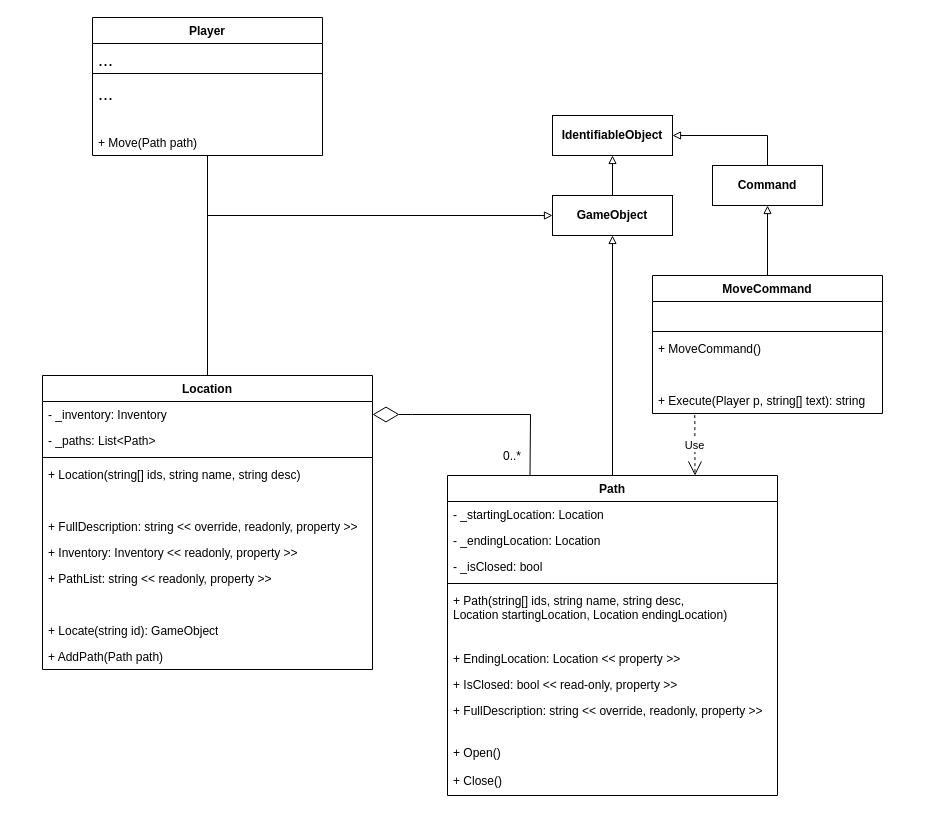
Earlier version of the draw.io diagram Portfolio/9.2C - Case Study - Iteration 7 - Paths📗/9.2C - UML Class Diagram for Path, MoveCommand and related objects.drawio (trungkiennguyen22082004/COS20007_Object_Oriented_Programming). Source tidied: cells renumbered, new cells numbered last; positions are measured from the earlier drawing's top-left corner, leaving out a move shared by most shapes. Both pictures are drawn from the tidied source at 100%, with x=0, y=0 at pixel (42, 17).
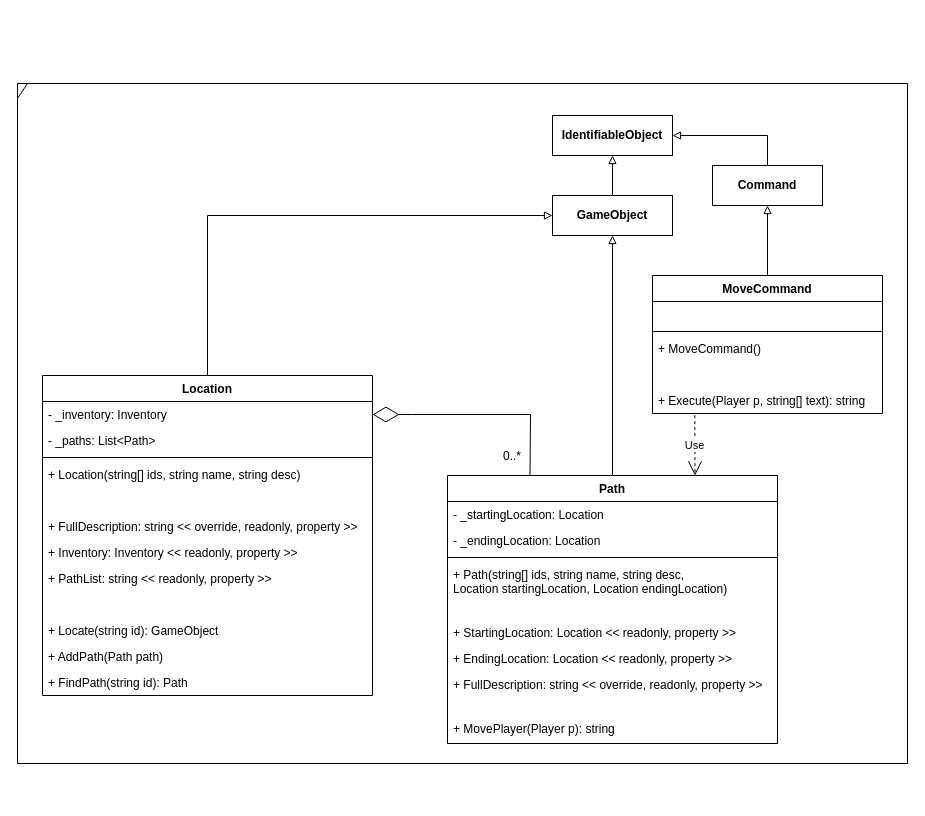
The same page after the edit.

The edit, as a diff of the source:
```diff
@@
     <mxCell id="3" value="Path" style="swimlane;fontStyle=1;align=center;verticalAlign=top;horizontal=1;startSize=26;whiteSpace=wrap;html=1;" parent="1" vertex="1">
-      <mxGeometry x="405" y="458" width="330" height="320" as="geometry" />
+      <mxGeometry x="405" y="458" width="330" height="268" as="geometry" />
     </mxCell>
@@
-    <mxCell id="6" value="- _isClosed: bool" style="text;strokeColor=none;fillColor=none;align=left;verticalAlign=top;spacingLeft=4;spacingRight=4;overflow=hidden;whiteSpace=wrap;html=1;" parent="3" vertex="1">
-      <mxGeometry y="78" width="330" height="26" as="geometry" />
-    </mxCell>
     <mxCell id="7" style="line;strokeWidth=1;fillColor=none;align=left;verticalAlign=middle;spacingTop=-1;spacingLeft=3;spacingRight=3;labelPosition=right;strokeColor=inherit;" parent="3" vertex="1">
-      <mxGeometry y="104" width="330" height="8" as="geometry" />
+      <mxGeometry y="78" width="330" height="8" as="geometry" />
     </mxCell>
     <mxCell id="8" value="+ Path(string[] ids, string name, string desc, &lt;br&gt;Location startingLocation, Location endingLocation)" style="text;strokeColor=none;fillColor=none;align=left;verticalAlign=top;spacingLeft=4;spacingRight=4;overflow=hidden;whiteSpace=wrap;html=1;" parent="3" vertex="1">
-      <mxGeometry y="112" width="330" height="38" as="geometry" />
+      <mxGeometry y="86" width="330" height="38" as="geometry" />
     </mxCell>
     <mxCell id="9" value="&amp;nbsp;" style="text;strokeColor=none;fillColor=none;align=left;verticalAlign=top;spacingLeft=4;spacingRight=4;overflow=hidden;whiteSpace=wrap;html=1;" parent="3" vertex="1">
-      <mxGeometry y="150" width="330" height="20" as="geometry" />
+      <mxGeometry y="124" width="330" height="20" as="geometry" />
     </mxCell>
-    <mxCell id="10" value="+ EndingLocation: Location &amp;lt;&amp;lt; property &amp;gt;&amp;gt;" style="text;strokeColor=none;fillColor=none;align=left;verticalAlign=top;spacingLeft=4;spacingRight=4;overflow=hidden;whiteSpace=wrap;html=1;" parent="3" vertex="1">
-      <mxGeometry y="170" width="330" height="26" as="geometry" />
+    <mxCell id="10" value="+ StartingLocation: Location &amp;lt;&amp;lt; readonly, property &amp;gt;&amp;gt;" style="text;strokeColor=none;fillColor=none;align=left;verticalAlign=top;spacingLeft=4;spacingRight=4;overflow=hidden;whiteSpace=wrap;html=1;" parent="3" vertex="1">
+      <mxGeometry y="144" width="330" height="26" as="geometry" />
     </mxCell>
-    <mxCell id="11" value="+ IsClosed: bool &amp;lt;&amp;lt; read-only, property &amp;gt;&amp;gt;" style="text;strokeColor=none;fillColor=none;align=left;verticalAlign=top;spacingLeft=4;spacingRight=4;overflow=hidden;whiteSpace=wrap;html=1;" parent="3" vertex="1">
-      <mxGeometry y="196" width="330" height="26" as="geometry" />
-    </mxCell>
+    <mxCell id="51" value="+ EndingLocation: Location &amp;lt;&amp;lt; readonly, property &amp;gt;&amp;gt;" style="text;strokeColor=none;fillColor=none;align=left;verticalAlign=top;spacingLeft=4;spacingRight=4;overflow=hidden;whiteSpace=wrap;html=1;" parent="3" vertex="1">
+      <mxGeometry y="170" width="330" height="26" as="geometry" />
+    </mxCell>
     <mxCell id="12" value="+ FullDescription: string &amp;lt;&amp;lt; override, readonly, property &amp;gt;&amp;gt;" style="text;strokeColor=none;fillColor=none;align=left;verticalAlign=top;spacingLeft=4;spacingRight=4;overflow=hidden;whiteSpace=wrap;html=1;" parent="3" vertex="1">
-      <mxGeometry y="222" width="330" height="28" as="geometry" />
+      <mxGeometry y="196" width="330" height="44" as="geometry" />
     </mxCell>
-    <mxCell id="13" value="&amp;nbsp;" style="text;strokeColor=none;fillColor=none;align=left;verticalAlign=top;spacingLeft=4;spacingRight=4;overflow=hidden;whiteSpace=wrap;html=1;" parent="3" vertex="1">
-      <mxGeometry y="250" width="330" height="14" as="geometry" />
-    </mxCell>
-    <mxCell id="14" value="+ Open()" style="text;strokeColor=none;fillColor=none;align=left;verticalAlign=top;spacingLeft=4;spacingRight=4;overflow=hidden;whiteSpace=wrap;html=1;" parent="3" vertex="1">
-      <mxGeometry y="264" width="330" height="28" as="geometry" />
-    </mxCell>
-    <mxCell id="15" value="+ Close()" style="text;strokeColor=none;fillColor=none;align=left;verticalAlign=top;spacingLeft=4;spacingRight=4;overflow=hidden;whiteSpace=wrap;html=1;" parent="3" vertex="1">
-      <mxGeometry y="292" width="330" height="28" as="geometry" />
-    </mxCell>
+    <mxCell id="52" value="+ MovePlayer(Player p): string" style="text;strokeColor=none;fillColor=none;align=left;verticalAlign=top;spacingLeft=4;spacingRight=4;overflow=hidden;whiteSpace=wrap;html=1;" parent="3" vertex="1">
+      <mxGeometry y="240" width="330" height="28" as="geometry" />
+    </mxCell>
@@
     <mxCell id="29" value="Location" style="swimlane;fontStyle=1;align=center;verticalAlign=top;horizontal=1;startSize=26;whiteSpace=wrap;html=1;" parent="1" vertex="1">
-      <mxGeometry y="358" width="330" height="294" as="geometry" />
+      <mxGeometry y="358" width="330" height="320" as="geometry" />
     </mxCell>
@@
+    <mxCell id="53" value="+ FindPath(string id): Path" style="text;strokeColor=none;fillColor=none;align=left;verticalAlign=top;spacingLeft=4;spacingRight=4;overflow=hidden;whiteSpace=wrap;html=1;" parent="29" vertex="1">
+      <mxGeometry y="294" width="330" height="26" as="geometry" />
+    </mxCell>
@@
-    <mxCell id="44" value="Player" style="swimlane;fontStyle=1;align=center;verticalAlign=top;horizontal=1;startSize=26;whiteSpace=wrap;html=1;" parent="1" vertex="1">
-      <mxGeometry x="50" width="230" height="138" as="geometry" />
-    </mxCell>
-    <mxCell id="45" value="&lt;font style=&quot;font-size: 18px;&quot;&gt;...&lt;/font&gt;" style="text;strokeColor=none;fillColor=none;align=left;verticalAlign=top;spacingLeft=4;spacingRight=4;overflow=hidden;whiteSpace=wrap;html=1;" parent="44" vertex="1">
-      <mxGeometry y="26" width="230" height="26" as="geometry" />
-    </mxCell>
-    <mxCell id="46" style="line;strokeWidth=1;fillColor=none;align=left;verticalAlign=middle;spacingTop=-1;spacingLeft=3;spacingRight=3;labelPosition=right;strokeColor=inherit;" parent="44" vertex="1">
-      <mxGeometry y="52" width="230" height="8" as="geometry" />
-    </mxCell>
-    <mxCell id="47" value="&lt;font style=&quot;font-size: 18px;&quot;&gt;...&lt;/font&gt;" style="text;strokeColor=none;fillColor=none;align=left;verticalAlign=top;spacingLeft=4;spacingRight=4;overflow=hidden;whiteSpace=wrap;html=1;" parent="44" vertex="1">
-      <mxGeometry y="60" width="230" height="26" as="geometry" />
-    </mxCell>
-    <mxCell id="48" style="edgeStyle=orthogonalEdgeStyle;rounded=0;jettySize=auto;html=1;endArrow=none;endFill=0;" parent="44" edge="1" source="50">
-      <mxGeometry relative="1" as="geometry">
-        <mxPoint x="440" y="198" as="targetPoint" />
-        <Array as="points">
-          <mxPoint x="115" y="198" />
-        </Array>
-      </mxGeometry>
-    </mxCell>
-    <mxCell id="49" value="&amp;nbsp;" style="text;strokeColor=none;fillColor=none;align=left;verticalAlign=top;spacingLeft=4;spacingRight=4;overflow=hidden;whiteSpace=wrap;html=1;" parent="44" vertex="1">
-      <mxGeometry y="86" width="230" height="26" as="geometry" />
-    </mxCell>
-    <mxCell id="50" value="+ Move(Path path)" style="text;strokeColor=none;fillColor=none;align=left;verticalAlign=top;spacingLeft=4;spacingRight=4;overflow=hidden;points=[[0,0.5],[1,0.5]];portConstraint=eastwest;whiteSpace=wrap;html=1;" parent="44" vertex="1">
-      <mxGeometry y="112" width="230" height="26" as="geometry" />
-    </mxCell>
+    <mxCell id="54" style="shape=umlFrame;whiteSpace=wrap;html=1;width=10;height=15;" parent="1" vertex="1">
+      <mxGeometry x="-25" y="66" width="890" height="680" as="geometry" />
+    </mxCell>
```
